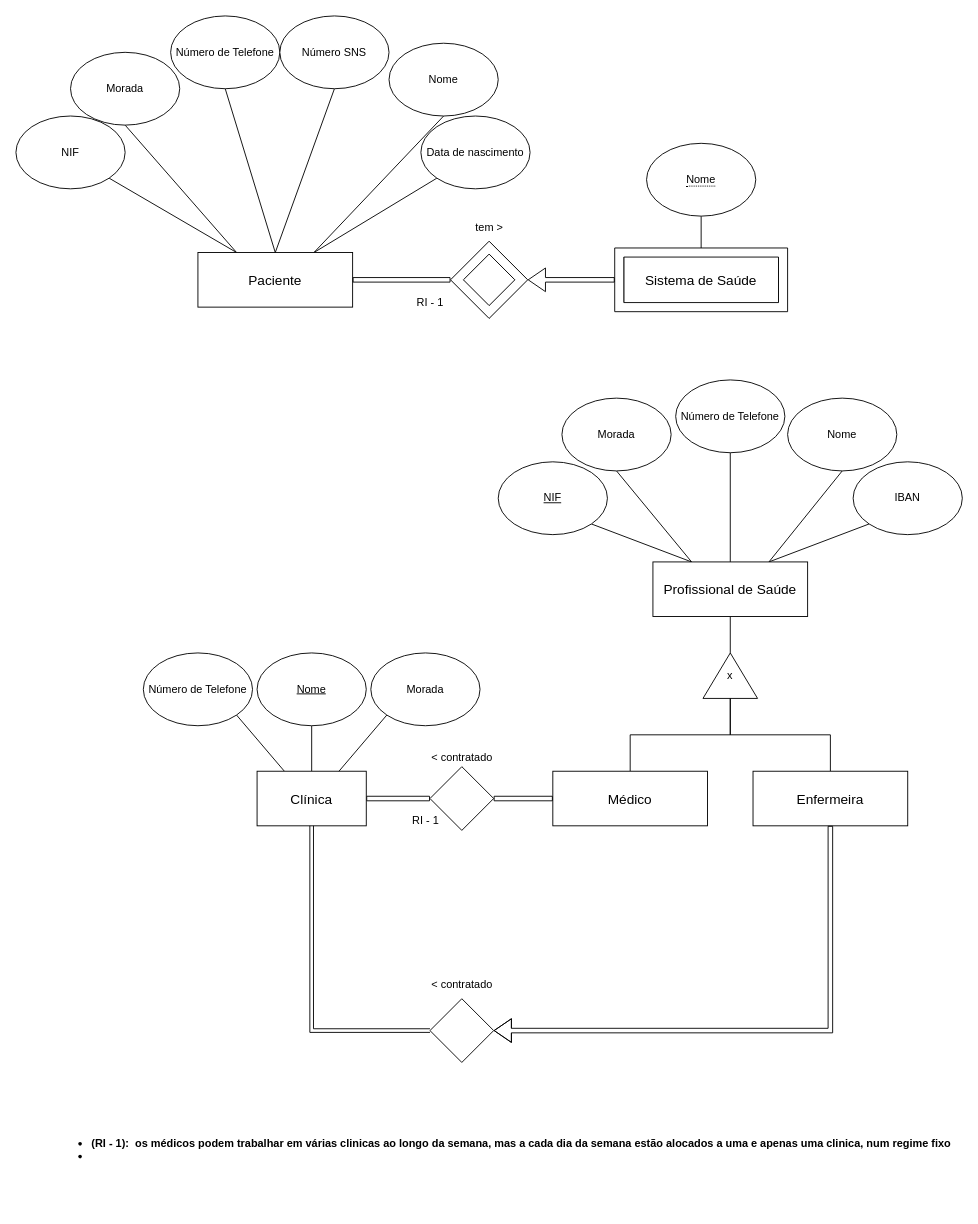
Before: page "Page-1" (1 of 2) of diagrams/modelo_EA.drawio in Zane-dev16/BD-projeto-E1, a draw.io diagram. Source tidied: cells renumbered, new cells numbered last; positions are measured from the earlier drawing's top-left corner, leaving out a move shared by most shapes. Both pictures are drawn from the tidied source at 91%, with x=0, y=0 at pixel (15, 15).
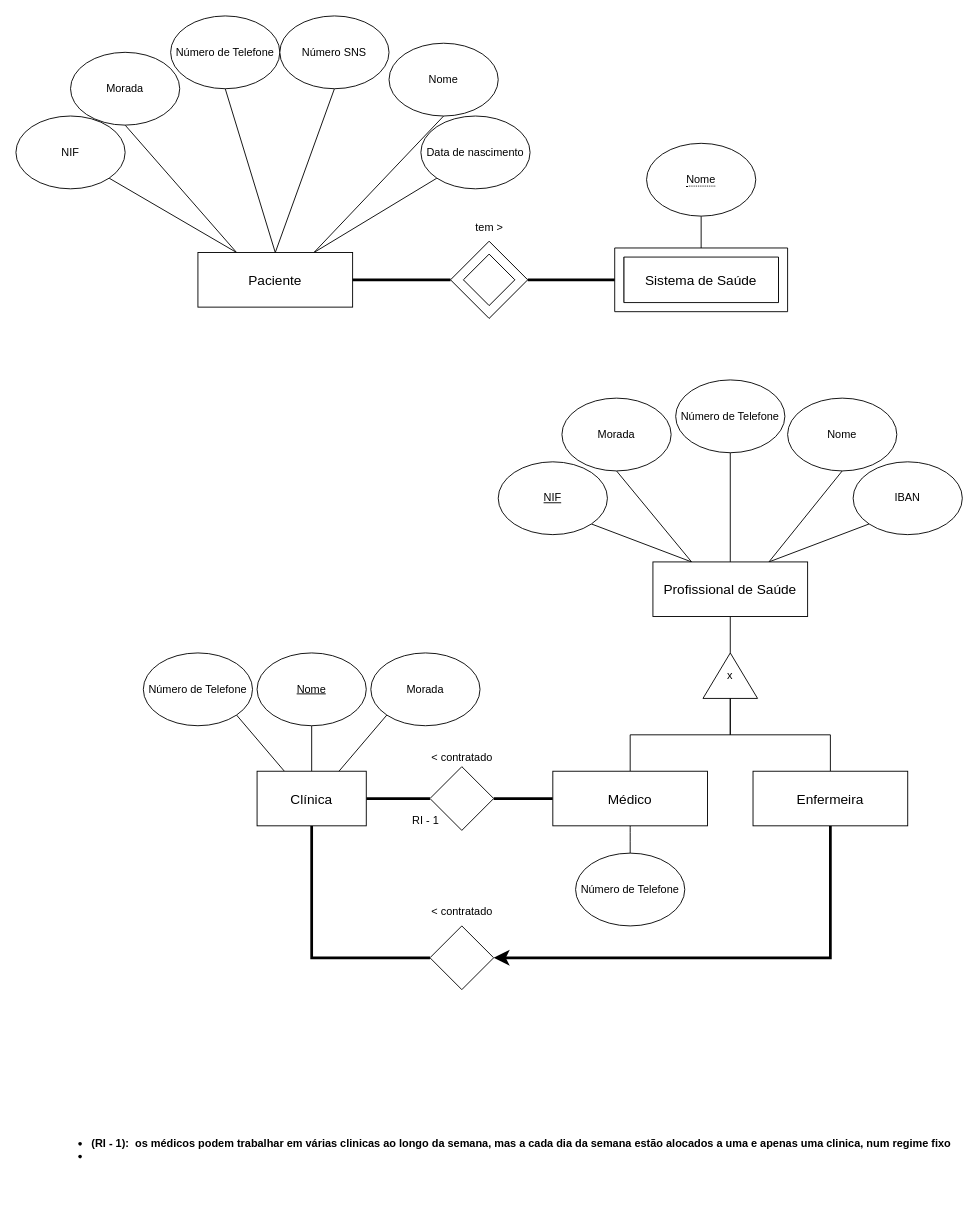
After the change.

Unchanged cells that the change refers to:
```xml
<mxCell id="15" style="rhombus;whiteSpace=wrap;html=1;labelBackgroundColor=none;" parent="1" vertex="1">
  <mxGeometry x="455" y="825" width="70" height="70" as="geometry" />
</mxCell>
<mxCell id="18" value="&lt;span style=&quot;font-size: 15px;&quot;&gt;Médico&lt;/span&gt;" style="rounded=0;whiteSpace=wrap;html=1;labelBackgroundColor=none;" parent="1" vertex="1">
  <mxGeometry x="590" y="830" width="170" height="60" as="geometry" />
</mxCell>
<mxCell id="20" value="&lt;span style=&quot;font-size: 15px;&quot;&gt;Enfermeira&lt;/span&gt;" style="rounded=0;whiteSpace=wrap;html=1;labelBackgroundColor=none;" parent="1" vertex="1">
  <mxGeometry x="810" y="830" width="170" height="60" as="geometry" />
</mxCell>
<mxCell id="23" value="&lt;font style=&quot;font-size: 15px;&quot;&gt;Clínica&lt;/font&gt;" style="rounded=0;whiteSpace=wrap;html=1;labelBackgroundColor=none;" parent="1" vertex="1">
  <mxGeometry x="265" y="830" width="120" height="60" as="geometry" />
</mxCell>
<mxCell id="41" value="&lt;span style=&quot;font-size: 15px;&quot;&gt;Paciente&lt;/span&gt;" style="rounded=0;whiteSpace=wrap;html=1;labelBackgroundColor=none;" parent="1" vertex="1">
  <mxGeometry x="200" y="260" width="170" height="60" as="geometry" />
</mxCell>
<mxCell id="52" style="verticalLabelPosition=bottom;verticalAlign=top;html=1;shape=mxgraph.basic.frame;dx=10;whiteSpace=wrap;labelBackgroundColor=none;" parent="1" vertex="1">
  <mxGeometry x="658" y="255" width="190" height="70" as="geometry" />
</mxCell>
```

Change to the diagram source:
```diff
@@
-    <mxCell id="14" style="edgeStyle=orthogonalEdgeStyle;rounded=0;jettySize=auto;html=1;exitX=1;exitY=0.5;exitDx=0;exitDy=0;endArrow=none;endFill=0;startArrow=none;startFill=0;entryX=0;entryY=0.5;entryDx=0;entryDy=0;shape=flexArrow;width=5;endSize=7.5;labelBackgroundColor=none;fontColor=default;" parent="1" edge="1" source="23" target="15">
-      <mxGeometry relative="1" as="geometry" />
-    </mxCell>
+    <mxCell id="28" style="edgeStyle=none;curved=1;rounded=0;jettySize=auto;html=1;exitX=1;exitY=0.5;exitDx=0;exitDy=0;entryX=0;entryY=0.5;entryDx=0;entryDy=0;fontSize=12;startSize=8;endSize=8;strokeWidth=3;endArrow=none;endFill=0;" parent="1" edge="1" source="15" target="18">
+      <mxGeometry relative="1" as="geometry" />
+    </mxCell>
@@
+    <mxCell id="58" style="edgeStyle=none;curved=1;rounded=0;jettySize=auto;html=1;exitX=0.5;exitY=1;exitDx=0;exitDy=0;fontSize=12;startSize=8;endSize=8;endArrow=none;endFill=0;" parent="1" edge="1" source="18" target="60">
+      <mxGeometry relative="1" as="geometry" />
+    </mxCell>
@@
+    <mxCell id="59" style="edgeStyle=orthogonalEdgeStyle;rounded=0;jettySize=auto;html=1;exitX=0.5;exitY=1;exitDx=0;exitDy=0;entryX=1;entryY=0.5;entryDx=0;entryDy=0;fontSize=12;startSize=8;endSize=8;strokeWidth=3;" parent="1" edge="1" source="20" target="30">
+      <mxGeometry relative="1" as="geometry" />
+    </mxCell>
@@
+    <mxCell id="14" style="edgeStyle=none;curved=1;rounded=0;jettySize=auto;html=1;exitX=1;exitY=0.5;exitDx=0;exitDy=0;entryX=0;entryY=0.5;entryDx=0;entryDy=0;fontSize=12;startSize=8;endSize=8;strokeWidth=3;endArrow=none;endFill=0;" parent="1" edge="1" source="23" target="15">
+      <mxGeometry relative="1" as="geometry" />
+    </mxCell>
+    <mxCell id="29" style="edgeStyle=orthogonalEdgeStyle;rounded=0;jettySize=auto;html=1;exitX=0.5;exitY=1;exitDx=0;exitDy=0;entryX=0;entryY=0.5;entryDx=0;entryDy=0;fontSize=12;startSize=8;endSize=8;endArrow=none;endFill=0;strokeWidth=3;" parent="1" edge="1" source="23" target="30">
+      <mxGeometry relative="1" as="geometry" />
+    </mxCell>
@@
-    <mxCell id="28" style="edgeStyle=orthogonalEdgeStyle;rounded=0;jettySize=auto;html=1;endArrow=none;endFill=0;startArrow=none;startFill=0;shape=flexArrow;width=5;endSize=7.5;entryX=0;entryY=0.5;entryDx=0;entryDy=0;exitX=1;exitY=0.5;exitDx=0;exitDy=0;labelBackgroundColor=none;fontColor=default;" parent="1" edge="1" source="15" target="18">
-      <mxGeometry relative="1" as="geometry" />
-    </mxCell>
-    <mxCell id="29" style="edgeStyle=orthogonalEdgeStyle;rounded=0;jettySize=auto;html=1;exitX=0.5;exitY=1;exitDx=0;exitDy=0;endArrow=block;endFill=0;startArrow=none;startFill=0;entryX=0;entryY=0.5;entryDx=0;entryDy=0;shape=link;labelBackgroundColor=none;fontColor=default;" parent="1" edge="1" source="23" target="30">
-      <mxGeometry relative="1" as="geometry" />
-    </mxCell>
     <mxCell id="30" style="rhombus;whiteSpace=wrap;html=1;labelBackgroundColor=none;" parent="1" vertex="1">
-      <mxGeometry x="455" y="1080" width="70" height="70" as="geometry" />
+      <mxGeometry x="455" y="1000" width="70" height="70" as="geometry" />
     </mxCell>
-    <mxCell id="31" style="edgeStyle=orthogonalEdgeStyle;rounded=0;jettySize=auto;html=1;endArrow=none;endFill=0;startArrow=block;startFill=0;shape=flexArrow;width=5;endSize=7.5;entryX=0.5;entryY=1;entryDx=0;entryDy=0;exitX=1;exitY=0.5;exitDx=0;exitDy=0;labelBackgroundColor=none;fontColor=default;" parent="1" edge="1" source="30" target="20">
-      <mxGeometry relative="1" as="geometry" />
-    </mxCell>
@@
     <mxCell id="33" value="&amp;lt; contratado" style="text;html=1;align=center;verticalAlign=middle;strokeColor=none;fillColor=none;labelBackgroundColor=none;" parent="1" vertex="1">
-      <mxGeometry x="445" y="1050" width="90" height="30" as="geometry" />
+      <mxGeometry x="445" y="970" width="90" height="30" as="geometry" />
     </mxCell>
@@
+    <mxCell id="55" value="tem &amp;gt;&lt;div&gt;&lt;br&gt;&lt;/div&gt;" style="text;html=1;align=center;verticalAlign=middle;strokeColor=none;fillColor=none;labelBackgroundColor=none;" parent="1" vertex="1">
+      <mxGeometry x="495" y="220" width="50" height="40" as="geometry" />
+    </mxCell>
+    <mxCell id="57" style="verticalLabelPosition=bottom;verticalAlign=top;html=1;shape=mxgraph.basic.frame;dx=10;whiteSpace=wrap;labelBackgroundColor=none;rotation=45;" parent="1" vertex="1">
+      <mxGeometry x="490" y="260" width="60" height="60" as="geometry" />
+    </mxCell>
+    <mxCell id="60" value="Número de Telefone" style="ellipse;whiteSpace=wrap;html=1;labelBackgroundColor=none;" parent="1" vertex="1">
+      <mxGeometry x="615" y="920" width="120" height="80" as="geometry" />
+    </mxCell>
-    <mxCell id="53" style="edgeStyle=orthogonalEdgeStyle;rounded=0;jettySize=auto;html=1;exitX=1;exitY=0.5;exitDx=0;exitDy=0;endArrow=none;endFill=0;startArrow=none;startFill=0;shape=flexArrow;width=5;endSize=7.5;labelBackgroundColor=none;fontColor=default;entryX=0;entryY=1;entryDx=0;entryDy=0;entryPerimeter=0;" parent="1" edge="1" source="41" target="57">
+    <mxCell id="53" style="edgeStyle=none;curved=1;rounded=0;jettySize=auto;html=1;exitX=1;exitY=0.5;exitDx=0;exitDy=0;entryX=0;entryY=1;entryDx=0;entryDy=0;entryPerimeter=0;fontSize=12;startSize=8;endSize=8;endArrow=none;endFill=0;strokeWidth=3;" parent="1" edge="1" source="41" target="57">
       <mxGeometry relative="1" as="geometry" />
     </mxCell>
-    <mxCell id="54" style="edgeStyle=orthogonalEdgeStyle;rounded=0;jettySize=auto;html=1;endArrow=none;endFill=0;startArrow=block;startFill=0;shape=flexArrow;width=5;endSize=7.5;entryX=0;entryY=0.5;entryDx=0;entryDy=0;labelBackgroundColor=none;fontColor=default;entryPerimeter=0;exitX=1;exitY=0;exitDx=0;exitDy=0;exitPerimeter=0;" parent="1" edge="1" source="57" target="52">
+    <mxCell id="54" style="edgeStyle=none;curved=1;rounded=0;jettySize=auto;html=1;exitX=1;exitY=0;exitDx=0;exitDy=0;exitPerimeter=0;entryX=0;entryY=0.5;entryDx=0;entryDy=0;entryPerimeter=0;fontSize=12;startSize=8;endSize=8;endArrow=none;endFill=0;strokeWidth=3;" parent="1" edge="1" source="57" target="52">
       <mxGeometry relative="1" as="geometry" />
     </mxCell>
-    <mxCell id="55" value="tem &amp;gt;&lt;div&gt;&lt;br&gt;&lt;/div&gt;" style="text;html=1;align=center;verticalAlign=middle;strokeColor=none;fillColor=none;labelBackgroundColor=none;" parent="1" vertex="1">
-      <mxGeometry x="495" y="220" width="50" height="40" as="geometry" />
-    </mxCell>
-    <mxCell id="56" value="RI - 1" style="text;html=1;align=center;verticalAlign=middle;strokeColor=none;fillColor=none;labelBackgroundColor=none;" parent="1" vertex="1">
-      <mxGeometry x="430" y="300" width="50" height="30" as="geometry" />
-    </mxCell>
-    <mxCell id="57" style="verticalLabelPosition=bottom;verticalAlign=top;html=1;shape=mxgraph.basic.frame;dx=10;whiteSpace=wrap;labelBackgroundColor=none;rotation=45;" parent="1" vertex="1">
-      <mxGeometry x="490" y="260" width="60" height="60" as="geometry" />
-    </mxCell>
```
